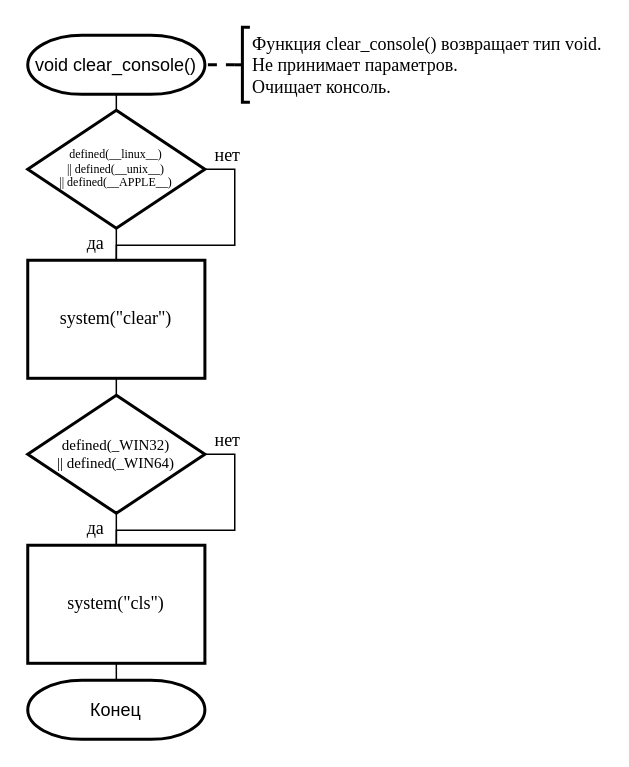
BrSTU-PO4-190333/2sem_coursework keeps this draw.io diagram as src/my_libs/clear_console/clear_console.drawio. Above is the earlier version. Source tidied: cells renumbered, new cells numbered last; positions are measured from the earlier drawing's top-left corner, leaving out a move shared by most shapes. Both pictures are drawn from the tidied source at 150%, with x=0, y=0 at pixel (27, 27).
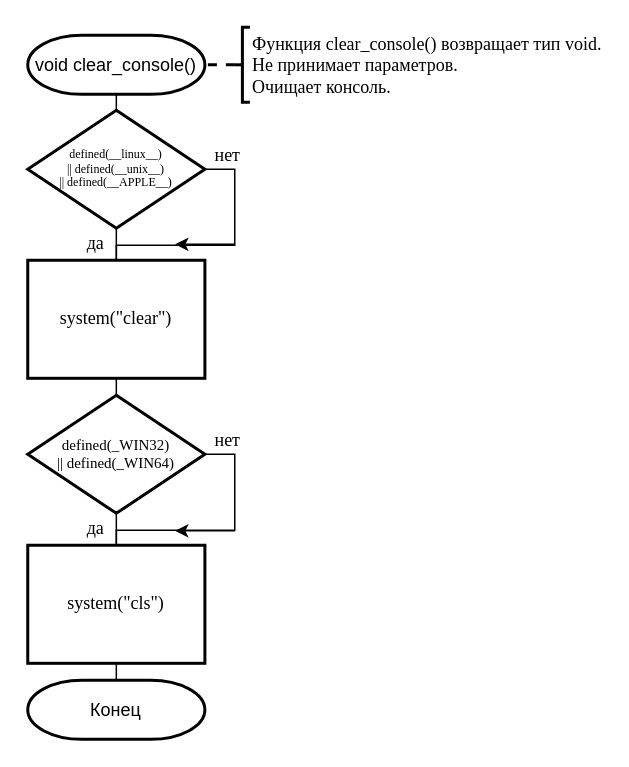
Above is the later version.

Change to the diagram source:
```diff
@@
+    <mxCell id="21" style="endArrow=classic;html=1;" parent="1" edge="1">
+      <mxGeometry relative="1" as="geometry">
+        <mxPoint x="138.1" y="335.4" as="sourcePoint" />
+        <mxPoint x="98.1" y="335.4" as="targetPoint" />
+      </mxGeometry>
+    </mxCell>
+    <mxCell id="22" style="endArrow=classic;html=1;" parent="1" edge="1">
+      <mxGeometry relative="1" as="geometry">
+        <mxPoint x="138.1" y="144.4" as="sourcePoint" />
+        <mxPoint x="98.1" y="144.4" as="targetPoint" />
+      </mxGeometry>
+    </mxCell>
```
